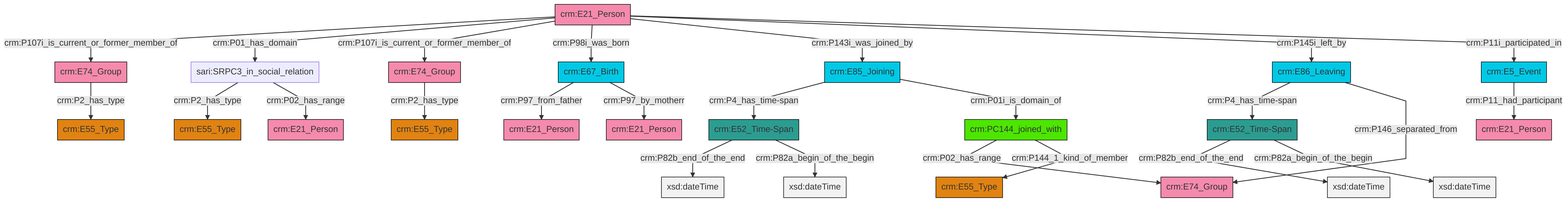
Before: et/personCSV/ttl/mmd/png/Person_Actor_Relations.png, a diagram exported from Mermaid (swiss-art-research-net/docs.swissartresearch). Its source is kept beside it as et/personCSV/ttl/mmd/Person_Actor_Relations.ttl.mmd.
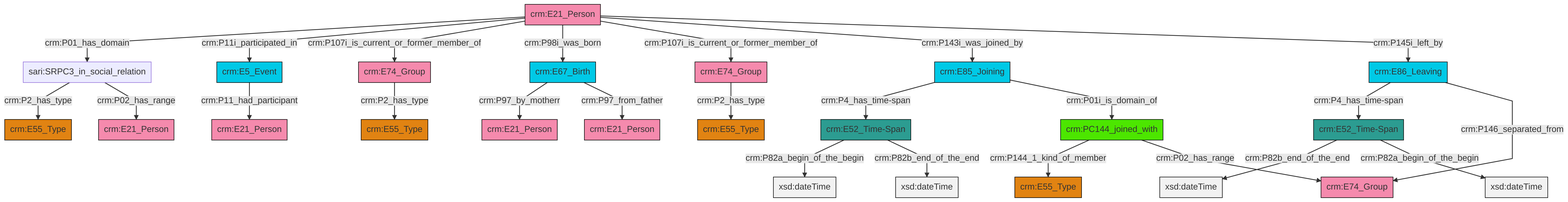
The same diagram one commit later.

What changed in the source:
```diff
@@ -13,27 +13,27 @@
 classDef PC_Classes fill:#4ce600, stroke:#000000;
 classDef Multi fill:#cccccc,stroke:#000000;
 
-6["crm:PC144_joined_with"]:::PC_Classes -->|crm:P02_has_range| 0["crm:E74_Group"]:::Actor
-7["crm:E52_Time-Span"]:::Time-Span -->|crm:P82b_end_of_the_end| 8[xsd:dateTime]:::Literal
-9["crm:E21_Person"]:::Actor -->|crm:P107i_is_current_or_former_member_of| 10["crm:E74_Group"]:::Actor
-10["crm:E74_Group"]:::Actor -->|crm:P2_has_type| 13["crm:E55_Type"]:::Type
-14["crm:E52_Time-Span"]:::Time-Span -->|crm:P82b_end_of_the_end| 15[xsd:dateTime]:::Literal
-9["crm:E21_Person"]:::Actor -->|crm:P01_has_domain| 20["sari:SRPC3_in_social_relation"]:::Default
-25["crm:E5_Event"]:::Temporal_Entity -->|crm:P11_had_participant| 23["crm:E21_Person"]:::Actor
-7["crm:E52_Time-Span"]:::Time-Span -->|crm:P82a_begin_of_the_begin| 29[xsd:dateTime]:::Literal
-20["sari:SRPC3_in_social_relation"]:::Default -->|crm:P2_has_type| 17["crm:E55_Type"]:::Type
-20["sari:SRPC3_in_social_relation"]:::Default -->|crm:P02_has_range| 11["crm:E21_Person"]:::Actor
-34["crm:E85_Joining"]:::Temporal_Entity -->|crm:P4_has_time-span| 14["crm:E52_Time-Span"]:::Time-Span
-9["crm:E21_Person"]:::Actor -->|crm:P107i_is_current_or_former_member_of| 32["crm:E74_Group"]:::Actor
-34["crm:E85_Joining"]:::Temporal_Entity -->|crm:P01i_is_domain_of| 6["crm:PC144_joined_with"]:::PC_Classes
-2["crm:E67_Birth"]:::Temporal_Entity -->|crm:P97_from_father| 4["crm:E21_Person"]:::Actor
-6["crm:PC144_joined_with"]:::PC_Classes -->|crm:P144_1_kind_of_member| 30["crm:E55_Type"]:::Type
-26["crm:E86_Leaving"]:::Temporal_Entity -->|crm:P4_has_time-span| 7["crm:E52_Time-Span"]:::Time-Span
-32["crm:E74_Group"]:::Actor -->|crm:P2_has_type| 21["crm:E55_Type"]:::Type
-9["crm:E21_Person"]:::Actor -->|crm:P98i_was_born| 2["crm:E67_Birth"]:::Temporal_Entity
-26["crm:E86_Leaving"]:::Temporal_Entity -->|crm:P146_separated_from| 0["crm:E74_Group"]:::Actor
-14["crm:E52_Time-Span"]:::Time-Span -->|crm:P82a_begin_of_the_begin| 44[xsd:dateTime]:::Literal
-9["crm:E21_Person"]:::Actor -->|crm:P143i_was_joined_by| 34["crm:E85_Joining"]:::Temporal_Entity
-9["crm:E21_Person"]:::Actor -->|crm:P145i_left_by| 26["crm:E86_Leaving"]:::Temporal_Entity
-2["crm:E67_Birth"]:::Temporal_Entity -->|crm:P97_by_motherr| 39["crm:E21_Person"]:::Actor
-9["crm:E21_Person"]:::Actor -->|crm:P11i_participated_in| 25["crm:E5_Event"]:::Temporal_Entity
+0["crm:E52_Time-Span"]:::Time-Span -->|crm:P82b_end_of_the_end| 1[xsd:dateTime]:::Literal
+6["crm:E21_Person"]:::Actor -->|crm:P01_has_domain| 7["sari:SRPC3_in_social_relation"]:::Default
+10["crm:E67_Birth"]:::Temporal_Entity -->|crm:P97_by_motherr| 11["crm:E21_Person"]:::Actor
+12["crm:PC144_joined_with"]:::PC_Classes -->|crm:P144_1_kind_of_member| 13["crm:E55_Type"]:::Type
+0["crm:E52_Time-Span"]:::Time-Span -->|crm:P82a_begin_of_the_begin| 20[xsd:dateTime]:::Literal
+18["crm:E52_Time-Span"]:::Time-Span -->|crm:P82a_begin_of_the_begin| 22[xsd:dateTime]:::Literal
+10["crm:E67_Birth"]:::Temporal_Entity -->|crm:P97_from_father| 23["crm:E21_Person"]:::Actor
+7["sari:SRPC3_in_social_relation"]:::Default -->|crm:P2_has_type| 24["crm:E55_Type"]:::Type
+25["crm:E74_Group"]:::Actor -->|crm:P2_has_type| 15["crm:E55_Type"]:::Type
+6["crm:E21_Person"]:::Actor -->|crm:P11i_participated_in| 26["crm:E5_Event"]:::Temporal_Entity
+2["crm:E74_Group"]:::Actor -->|crm:P2_has_type| 4["crm:E55_Type"]:::Type
+6["crm:E21_Person"]:::Actor -->|crm:P107i_is_current_or_former_member_of| 2["crm:E74_Group"]:::Actor
+8["crm:E85_Joining"]:::Temporal_Entity -->|crm:P4_has_time-span| 18["crm:E52_Time-Span"]:::Time-Span
+28["crm:E86_Leaving"]:::Temporal_Entity -->|crm:P4_has_time-span| 0["crm:E52_Time-Span"]:::Time-Span
+6["crm:E21_Person"]:::Actor -->|crm:P98i_was_born| 10["crm:E67_Birth"]:::Temporal_Entity
+18["crm:E52_Time-Span"]:::Time-Span -->|crm:P82b_end_of_the_end| 31[xsd:dateTime]:::Literal
+6["crm:E21_Person"]:::Actor -->|crm:P107i_is_current_or_former_member_of| 25["crm:E74_Group"]:::Actor
+6["crm:E21_Person"]:::Actor -->|crm:P143i_was_joined_by| 8["crm:E85_Joining"]:::Temporal_Entity
+28["crm:E86_Leaving"]:::Temporal_Entity -->|crm:P146_separated_from| 34["crm:E74_Group"]:::Actor
+6["crm:E21_Person"]:::Actor -->|crm:P145i_left_by| 28["crm:E86_Leaving"]:::Temporal_Entity
+12["crm:PC144_joined_with"]:::PC_Classes -->|crm:P02_has_range| 34["crm:E74_Group"]:::Actor
+8["crm:E85_Joining"]:::Temporal_Entity -->|crm:P01i_is_domain_of| 12["crm:PC144_joined_with"]:::PC_Classes
+26["crm:E5_Event"]:::Temporal_Entity -->|crm:P11_had_participant| 42["crm:E21_Person"]:::Actor
+7["sari:SRPC3_in_social_relation"]:::Default -->|crm:P02_has_range| 29["crm:E21_Person"]:::Actor
```
